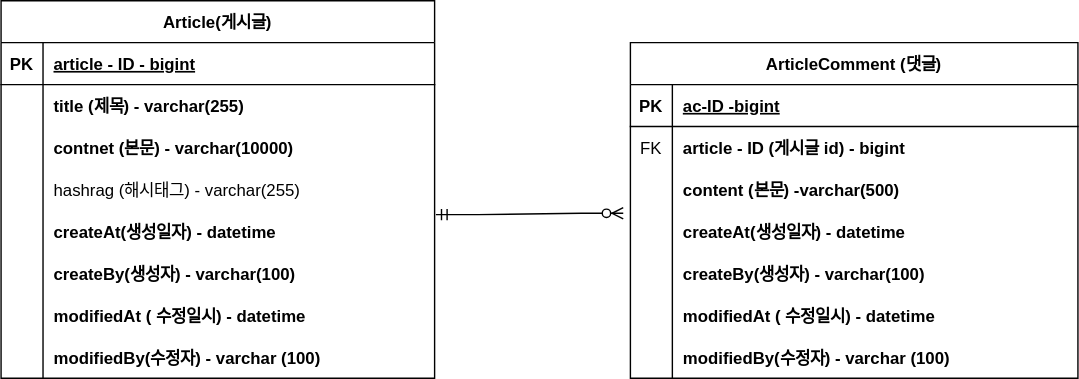
This is document/ERD.svg from dlwnsghks123/project-board, a draw.io export, as it was before one commit. Source tidied: cells renumbered, new cells last; positions are measured from the earlier drawing's top-left corner, leaving out a move shared by most shapes.
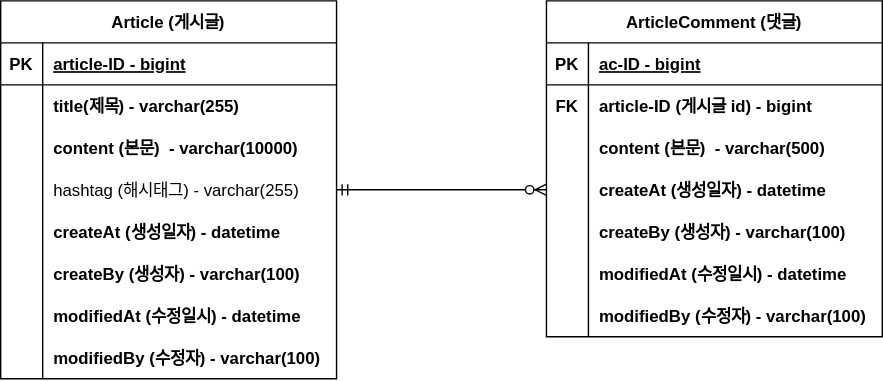
The same file after the commit.

What changed in the source:
```diff
@@ -2,149 +2,149 @@
   <root>
     <mxCell id="0" />
     <mxCell id="1" parent="0" />
-    <mxCell id="2" value="Article(게시글)" style="shape=table;startSize=30;rowLines=0;fontStyle=1;align=center;" parent="1" vertex="1">
-      <mxGeometry width="310" height="270" as="geometry" />
-    </mxCell>
-    <mxCell id="3" style="shape=tableRow;horizontal=0;startSize=0;swimlaneHead=0;swimlaneBody=0;fillColor=none;top=0;left=0;right=0;bottom=1;" parent="2" vertex="1">
-      <mxGeometry y="30" width="310" height="30" as="geometry" />
-    </mxCell>
-    <mxCell id="4" value="PK" style="shape=partialRectangle;fillColor=none;top=0;left=0;bottom=0;right=0;fontStyle=1;overflow=hidden;" parent="3" vertex="1">
-      <mxGeometry width="30" height="30" as="geometry" />
-    </mxCell>
-    <mxCell id="5" value="article - ID - bigint" style="shape=partialRectangle;fillColor=none;top=0;left=0;bottom=0;right=0;align=left;spacingLeft=6;fontStyle=5;overflow=hidden;" parent="3" vertex="1">
-      <mxGeometry x="30" width="280" height="30" as="geometry" />
-    </mxCell>
-    <mxCell id="6" style="shape=tableRow;horizontal=0;startSize=0;swimlaneHead=0;swimlaneBody=0;fillColor=none;top=0;left=0;right=0;bottom=0;" parent="2" vertex="1">
-      <mxGeometry y="60" width="310" height="30" as="geometry" />
-    </mxCell>
-    <mxCell id="7" style="shape=partialRectangle;fillColor=none;top=0;left=0;bottom=0;right=0;overflow=hidden;" parent="6" vertex="1">
-      <mxGeometry width="30" height="30" as="geometry" />
-    </mxCell>
-    <mxCell id="8" value="title (제목) - varchar(255)" style="shape=partialRectangle;fillColor=none;top=0;left=0;bottom=0;right=0;align=left;spacingLeft=6;overflow=hidden;fontStyle=1;" parent="6" vertex="1">
-      <mxGeometry x="30" width="280" height="30" as="geometry" />
-    </mxCell>
-    <mxCell id="9" style="shape=tableRow;horizontal=0;startSize=0;swimlaneHead=0;swimlaneBody=0;fillColor=none;top=0;left=0;right=0;bottom=0;" parent="2" vertex="1">
-      <mxGeometry y="90" width="310" height="30" as="geometry" />
-    </mxCell>
-    <mxCell id="10" style="shape=partialRectangle;fillColor=none;top=0;left=0;bottom=0;right=0;overflow=hidden;" parent="9" vertex="1">
-      <mxGeometry width="30" height="30" as="geometry" />
-    </mxCell>
-    <mxCell id="11" value="contnet (본문) - varchar(10000)" style="shape=partialRectangle;fillColor=none;top=0;left=0;bottom=0;right=0;align=left;spacingLeft=6;overflow=hidden;fontStyle=1;" parent="9" vertex="1">
-      <mxGeometry x="30" width="280" height="30" as="geometry" />
-    </mxCell>
-    <mxCell id="12" style="shape=tableRow;horizontal=0;startSize=0;swimlaneHead=0;swimlaneBody=0;fillColor=none;top=0;left=0;right=0;bottom=0;" parent="2" vertex="1">
-      <mxGeometry y="120" width="310" height="30" as="geometry" />
-    </mxCell>
-    <mxCell id="13" style="shape=partialRectangle;fillColor=none;top=0;left=0;bottom=0;right=0;overflow=hidden;" parent="12" vertex="1">
-      <mxGeometry width="30" height="30" as="geometry" />
-    </mxCell>
-    <mxCell id="14" value="hashrag (해시태그) - varchar(255)" style="shape=partialRectangle;fillColor=none;top=0;left=0;bottom=0;right=0;align=left;spacingLeft=6;overflow=hidden;" parent="12" vertex="1">
-      <mxGeometry x="30" width="280" height="30" as="geometry" />
-    </mxCell>
-    <mxCell id="15" style="shape=tableRow;horizontal=0;startSize=0;swimlaneHead=0;swimlaneBody=0;fillColor=none;points=[[0,0.5],[1,0.5]];portConstraint=eastwest;top=0;left=0;right=0;bottom=0;" parent="2" vertex="1">
-      <mxGeometry y="150" width="310" height="30" as="geometry" />
-    </mxCell>
-    <mxCell id="16" style="shape=partialRectangle;fillColor=none;top=0;left=0;bottom=0;right=0;overflow=hidden;" parent="15" vertex="1">
-      <mxGeometry width="30" height="30" as="geometry" />
-    </mxCell>
-    <mxCell id="17" value="createAt(생성일자) - datetime" style="shape=partialRectangle;fillColor=none;top=0;left=0;bottom=0;right=0;align=left;spacingLeft=6;overflow=hidden;fontStyle=1;" parent="15" vertex="1">
-      <mxGeometry x="30" width="280" height="30" as="geometry" />
-    </mxCell>
-    <mxCell id="18" style="shape=tableRow;horizontal=0;startSize=0;swimlaneHead=0;swimlaneBody=0;fillColor=none;top=0;left=0;right=0;bottom=0;" parent="2" vertex="1">
-      <mxGeometry y="180" width="310" height="30" as="geometry" />
-    </mxCell>
-    <mxCell id="19" style="shape=partialRectangle;fillColor=none;top=0;left=0;bottom=0;right=0;overflow=hidden;" parent="18" vertex="1">
-      <mxGeometry width="30" height="30" as="geometry" />
-    </mxCell>
-    <mxCell id="20" value="createBy(생성자) - varchar(100)" style="shape=partialRectangle;fillColor=none;top=0;left=0;bottom=0;right=0;align=left;spacingLeft=6;overflow=hidden;fontStyle=1;" parent="18" vertex="1">
-      <mxGeometry x="30" width="280" height="30" as="geometry" />
-    </mxCell>
-    <mxCell id="21" style="shape=tableRow;horizontal=0;startSize=0;swimlaneHead=0;swimlaneBody=0;fillColor=none;top=0;left=0;right=0;bottom=0;" parent="2" vertex="1">
-      <mxGeometry y="210" width="310" height="30" as="geometry" />
-    </mxCell>
-    <mxCell id="22" style="shape=partialRectangle;fillColor=none;top=0;left=0;bottom=0;right=0;overflow=hidden;" parent="21" vertex="1">
-      <mxGeometry width="30" height="30" as="geometry" />
-    </mxCell>
-    <mxCell id="23" value="modifiedAt ( 수정일시) - datetime" style="shape=partialRectangle;fillColor=none;top=0;left=0;bottom=0;right=0;align=left;spacingLeft=6;overflow=hidden;fontStyle=1;" parent="21" vertex="1">
-      <mxGeometry x="30" width="280" height="30" as="geometry" />
-    </mxCell>
-    <mxCell id="24" style="shape=tableRow;horizontal=0;startSize=0;swimlaneHead=0;swimlaneBody=0;fillColor=none;top=0;left=0;right=0;bottom=0;" parent="2" vertex="1">
-      <mxGeometry y="240" width="310" height="30" as="geometry" />
-    </mxCell>
-    <mxCell id="25" style="shape=partialRectangle;fillColor=none;top=0;left=0;bottom=0;right=0;overflow=hidden;" parent="24" vertex="1">
-      <mxGeometry width="30" height="30" as="geometry" />
-    </mxCell>
-    <mxCell id="26" value="modifiedBy(수정자) - varchar (100)" style="shape=partialRectangle;fillColor=none;top=0;left=0;bottom=0;right=0;align=left;spacingLeft=6;overflow=hidden;fontStyle=1;" parent="24" vertex="1">
-      <mxGeometry x="30" width="280" height="30" as="geometry" />
-    </mxCell>
+    <mxCell id="50" value="Article (게시글)" style="shape=table;startSize=30;rowLines=0;fontStyle=1;align=center;" parent="1" vertex="1">
+      <mxGeometry x="60" y="30" width="240" height="270" as="geometry" />
+    </mxCell>
+    <mxCell id="51" style="shape=tableRow;horizontal=0;startSize=0;swimlaneHead=0;swimlaneBody=0;fillColor=none;top=0;left=0;right=0;bottom=1;" parent="50" vertex="1">
+      <mxGeometry y="30" width="240" height="30" as="geometry" />
+    </mxCell>
+    <mxCell id="52" value="PK" style="shape=partialRectangle;fillColor=none;top=0;left=0;bottom=0;right=0;fontStyle=1;overflow=hidden;" parent="51" vertex="1">
+      <mxGeometry width="30" height="30" as="geometry" />
+    </mxCell>
+    <mxCell id="53" value="article-ID - bigint" style="shape=partialRectangle;fillColor=none;top=0;left=0;bottom=0;right=0;align=left;spacingLeft=6;fontStyle=5;overflow=hidden;" parent="51" vertex="1">
+      <mxGeometry x="30" width="210" height="30" as="geometry" />
+    </mxCell>
+    <mxCell id="54" style="shape=tableRow;horizontal=0;startSize=0;swimlaneHead=0;swimlaneBody=0;fillColor=none;top=0;left=0;right=0;bottom=0;" parent="50" vertex="1">
+      <mxGeometry y="60" width="240" height="30" as="geometry" />
+    </mxCell>
+    <mxCell id="55" style="shape=partialRectangle;fillColor=none;top=0;left=0;bottom=0;right=0;overflow=hidden;" parent="54" vertex="1">
+      <mxGeometry width="30" height="30" as="geometry" />
+    </mxCell>
+    <mxCell id="56" value="title(제목) - varchar(255)" style="shape=partialRectangle;fillColor=none;top=0;left=0;bottom=0;right=0;align=left;spacingLeft=6;overflow=hidden;fontStyle=1;" parent="54" vertex="1">
+      <mxGeometry x="30" width="210" height="30" as="geometry" />
+    </mxCell>
+    <mxCell id="57" style="shape=tableRow;horizontal=0;startSize=0;swimlaneHead=0;swimlaneBody=0;fillColor=none;top=0;left=0;right=0;bottom=0;" parent="50" vertex="1">
+      <mxGeometry y="90" width="240" height="30" as="geometry" />
+    </mxCell>
+    <mxCell id="58" style="shape=partialRectangle;fillColor=none;top=0;left=0;bottom=0;right=0;overflow=hidden;" parent="57" vertex="1">
+      <mxGeometry width="30" height="30" as="geometry" />
+    </mxCell>
+    <mxCell id="59" value="content (본문)  - varchar(10000)" style="shape=partialRectangle;fillColor=none;top=0;left=0;bottom=0;right=0;align=left;spacingLeft=6;overflow=hidden;fontStyle=1;" parent="57" vertex="1">
+      <mxGeometry x="30" width="210" height="30" as="geometry" />
+    </mxCell>
+    <mxCell id="60" style="shape=tableRow;horizontal=0;startSize=0;swimlaneHead=0;swimlaneBody=0;fillColor=none;points=[[0,0.5],[1,0.5]];portConstraint=eastwest;top=0;left=0;right=0;bottom=0;" parent="50" vertex="1">
+      <mxGeometry y="120" width="240" height="30" as="geometry" />
+    </mxCell>
+    <mxCell id="61" style="shape=partialRectangle;fillColor=none;top=0;left=0;bottom=0;right=0;overflow=hidden;" parent="60" vertex="1">
+      <mxGeometry width="30" height="30" as="geometry" />
+    </mxCell>
+    <mxCell id="62" value="hashtag (해시태그) - varchar(255)" style="shape=partialRectangle;fillColor=none;top=0;left=0;bottom=0;right=0;align=left;spacingLeft=6;overflow=hidden;fontStyle=0;" parent="60" vertex="1">
+      <mxGeometry x="30" width="210" height="30" as="geometry" />
+    </mxCell>
+    <mxCell id="63" style="shape=tableRow;horizontal=0;startSize=0;swimlaneHead=0;swimlaneBody=0;fillColor=none;top=0;left=0;right=0;bottom=0;" parent="50" vertex="1">
+      <mxGeometry y="150" width="240" height="30" as="geometry" />
+    </mxCell>
+    <mxCell id="64" style="shape=partialRectangle;fillColor=none;top=0;left=0;bottom=0;right=0;overflow=hidden;" parent="63" vertex="1">
+      <mxGeometry width="30" height="30" as="geometry" />
+    </mxCell>
+    <mxCell id="65" value="createAt (생성일자) - datetime" style="shape=partialRectangle;fillColor=none;top=0;left=0;bottom=0;right=0;align=left;spacingLeft=6;overflow=hidden;fontStyle=1;" parent="63" vertex="1">
+      <mxGeometry x="30" width="210" height="30" as="geometry" />
+    </mxCell>
+    <mxCell id="66" style="shape=tableRow;horizontal=0;startSize=0;swimlaneHead=0;swimlaneBody=0;fillColor=none;top=0;left=0;right=0;bottom=0;" parent="50" vertex="1">
+      <mxGeometry y="180" width="240" height="30" as="geometry" />
+    </mxCell>
+    <mxCell id="67" style="shape=partialRectangle;fillColor=none;top=0;left=0;bottom=0;right=0;overflow=hidden;" parent="66" vertex="1">
+      <mxGeometry width="30" height="30" as="geometry" />
+    </mxCell>
+    <mxCell id="68" value="createBy (생성자) - varchar(100)" style="shape=partialRectangle;fillColor=none;top=0;left=0;bottom=0;right=0;align=left;spacingLeft=6;overflow=hidden;fontStyle=1;" parent="66" vertex="1">
+      <mxGeometry x="30" width="210" height="30" as="geometry" />
+    </mxCell>
+    <mxCell id="69" style="shape=tableRow;horizontal=0;startSize=0;swimlaneHead=0;swimlaneBody=0;fillColor=none;top=0;left=0;right=0;bottom=0;" parent="50" vertex="1">
+      <mxGeometry y="210" width="240" height="30" as="geometry" />
+    </mxCell>
+    <mxCell id="70" style="shape=partialRectangle;fillColor=none;top=0;left=0;bottom=0;right=0;overflow=hidden;" parent="69" vertex="1">
+      <mxGeometry width="30" height="30" as="geometry" />
+    </mxCell>
+    <mxCell id="71" value="modifiedAt (수정일시) - datetime" style="shape=partialRectangle;fillColor=none;top=0;left=0;bottom=0;right=0;align=left;spacingLeft=6;overflow=hidden;fontStyle=1;" parent="69" vertex="1">
+      <mxGeometry x="30" width="210" height="30" as="geometry" />
+    </mxCell>
+    <mxCell id="72" style="shape=tableRow;horizontal=0;startSize=0;swimlaneHead=0;swimlaneBody=0;fillColor=none;top=0;left=0;right=0;bottom=0;" parent="50" vertex="1">
+      <mxGeometry y="240" width="240" height="30" as="geometry" />
+    </mxCell>
+    <mxCell id="73" style="shape=partialRectangle;fillColor=none;top=0;left=0;bottom=0;right=0;overflow=hidden;" parent="72" vertex="1">
+      <mxGeometry width="30" height="30" as="geometry" />
+    </mxCell>
+    <mxCell id="74" value="modifiedBy (수정자) - varchar(100)" style="shape=partialRectangle;fillColor=none;top=0;left=0;bottom=0;right=0;align=left;spacingLeft=6;overflow=hidden;fontStyle=1;" parent="72" vertex="1">
+      <mxGeometry x="30" width="210" height="30" as="geometry" />
+    </mxCell>
     <mxCell id="27" value="ArticleComment (댓글)" style="shape=table;startSize=30;rowLines=0;fontStyle=1;align=center;" parent="1" vertex="1">
-      <mxGeometry x="450" y="30" width="320" height="240" as="geometry" />
+      <mxGeometry x="450" y="30" width="240" height="240" as="geometry" />
     </mxCell>
-    <mxCell id="28" style="shape=tableRow;horizontal=0;startSize=0;swimlaneHead=0;swimlaneBody=0;fillColor=none;top=0;left=0;right=0;bottom=1;" parent="27" vertex="1">
-      <mxGeometry y="30" width="320" height="30" as="geometry" />
-    </mxCell>
-    <mxCell id="29" value="PK" style="shape=partialRectangle;fillColor=none;top=0;left=0;bottom=0;right=0;fontStyle=1;overflow=hidden;" parent="28" vertex="1">
-      <mxGeometry width="30" height="30" as="geometry" />
-    </mxCell>
-    <mxCell id="30" value="ac-ID -bigint" style="shape=partialRectangle;fillColor=none;top=0;left=0;bottom=0;right=0;align=left;spacingLeft=6;fontStyle=5;overflow=hidden;" parent="28" vertex="1">
-      <mxGeometry x="30" width="290" height="30" as="geometry" />
-    </mxCell>
-    <mxCell id="31" style="shape=tableRow;horizontal=0;startSize=0;swimlaneHead=0;swimlaneBody=0;fillColor=none;top=0;left=0;right=0;bottom=0;" parent="27" vertex="1">
-      <mxGeometry y="60" width="320" height="30" as="geometry" />
-    </mxCell>
+    <mxCell id="75" style="shape=tableRow;horizontal=0;startSize=0;swimlaneHead=0;swimlaneBody=0;fillColor=none;top=0;left=0;right=0;bottom=1;" parent="27" vertex="1">
+      <mxGeometry y="30" width="240" height="30" as="geometry" />
+    </mxCell>
+    <mxCell id="76" value="PK" style="shape=partialRectangle;fillColor=none;top=0;left=0;bottom=0;right=0;fontStyle=1;overflow=hidden;" parent="75" vertex="1">
+      <mxGeometry width="30" height="30" as="geometry" />
+    </mxCell>
+    <mxCell id="77" value="ac-ID - bigint" style="shape=partialRectangle;fillColor=none;top=0;left=0;bottom=0;right=0;align=left;spacingLeft=6;fontStyle=5;overflow=hidden;" parent="75" vertex="1">
+      <mxGeometry x="30" width="210" height="30" as="geometry" />
+    </mxCell>
+    <mxCell id="78" style="shape=tableRow;horizontal=0;startSize=0;swimlaneHead=0;swimlaneBody=0;fillColor=none;top=0;left=0;right=0;bottom=0;" parent="27" vertex="1">
+      <mxGeometry y="60" width="240" height="30" as="geometry" />
+    </mxCell>
-    <mxCell id="32" value="FK" style="shape=partialRectangle;fillColor=none;top=0;left=0;bottom=0;right=0;overflow=hidden;" parent="31" vertex="1">
+    <mxCell id="32" value="FK" style="shape=partialRectangle;fillColor=none;top=0;left=0;bottom=0;right=0;overflow=hidden;fontStyle=1;" parent="78" vertex="1">
       <mxGeometry width="30" height="30" as="geometry" />
     </mxCell>
-    <mxCell id="33" value="article - ID (게시글 id) - bigint" style="shape=partialRectangle;fillColor=none;top=0;left=0;bottom=0;right=0;align=left;spacingLeft=6;overflow=hidden;fontStyle=1;" parent="31" vertex="1">
-      <mxGeometry x="30" width="290" height="30" as="geometry" />
-    </mxCell>
-    <mxCell id="34" style="shape=tableRow;horizontal=0;startSize=0;swimlaneHead=0;swimlaneBody=0;fillColor=none;top=0;left=0;right=0;bottom=0;" parent="27" vertex="1">
-      <mxGeometry y="90" width="320" height="30" as="geometry" />
-    </mxCell>
-    <mxCell id="35" style="shape=partialRectangle;fillColor=none;top=0;left=0;bottom=0;right=0;overflow=hidden;" parent="34" vertex="1">
-      <mxGeometry width="30" height="30" as="geometry" />
-    </mxCell>
-    <mxCell id="36" value="content (본문) -varchar(500)" style="shape=partialRectangle;fillColor=none;top=0;left=0;bottom=0;right=0;align=left;spacingLeft=6;overflow=hidden;fontStyle=1;" parent="34" vertex="1">
-      <mxGeometry x="30" width="290" height="30" as="geometry" />
-    </mxCell>
-    <mxCell id="37" style="shape=tableRow;horizontal=0;startSize=0;swimlaneHead=0;swimlaneBody=0;fillColor=none;points=[[0,0.5],[1,0.5]];portConstraint=eastwest;top=0;left=0;right=0;bottom=0;" parent="27" vertex="1">
-      <mxGeometry y="120" width="320" height="30" as="geometry" />
-    </mxCell>
-    <mxCell id="38" style="shape=partialRectangle;fillColor=none;top=0;left=0;bottom=0;right=0;overflow=hidden;" parent="37" vertex="1">
-      <mxGeometry width="30" height="30" as="geometry" />
-    </mxCell>
-    <mxCell id="39" value="createAt(생성일자) - datetime" style="shape=partialRectangle;fillColor=none;top=0;left=0;bottom=0;right=0;align=left;spacingLeft=6;overflow=hidden;fontStyle=1;" parent="37" vertex="1">
-      <mxGeometry x="30" width="290" height="30" as="geometry" />
-    </mxCell>
-    <mxCell id="40" style="shape=tableRow;horizontal=0;startSize=0;swimlaneHead=0;swimlaneBody=0;fillColor=none;top=0;left=0;right=0;bottom=0;" parent="27" vertex="1">
-      <mxGeometry y="150" width="320" height="30" as="geometry" />
-    </mxCell>
-    <mxCell id="41" style="shape=partialRectangle;fillColor=none;top=0;left=0;bottom=0;right=0;overflow=hidden;" parent="40" vertex="1">
-      <mxGeometry width="30" height="30" as="geometry" />
-    </mxCell>
-    <mxCell id="42" value="createBy(생성자) - varchar(100)" style="shape=partialRectangle;fillColor=none;top=0;left=0;bottom=0;right=0;align=left;spacingLeft=6;overflow=hidden;fontStyle=1;" parent="40" vertex="1">
-      <mxGeometry x="30" width="290" height="30" as="geometry" />
-    </mxCell>
-    <mxCell id="43" style="shape=tableRow;horizontal=0;startSize=0;swimlaneHead=0;swimlaneBody=0;fillColor=none;top=0;left=0;right=0;bottom=0;" parent="27" vertex="1">
-      <mxGeometry y="180" width="320" height="30" as="geometry" />
-    </mxCell>
-    <mxCell id="44" style="shape=partialRectangle;fillColor=none;top=0;left=0;bottom=0;right=0;overflow=hidden;" parent="43" vertex="1">
-      <mxGeometry width="30" height="30" as="geometry" />
-    </mxCell>
-    <mxCell id="45" value="modifiedAt ( 수정일시) - datetime" style="shape=partialRectangle;fillColor=none;top=0;left=0;bottom=0;right=0;align=left;spacingLeft=6;overflow=hidden;fontStyle=1;" parent="43" vertex="1">
-      <mxGeometry x="30" width="290" height="30" as="geometry" />
-    </mxCell>
-    <mxCell id="46" style="shape=tableRow;horizontal=0;startSize=0;swimlaneHead=0;swimlaneBody=0;fillColor=none;top=0;left=0;right=0;bottom=0;" parent="27" vertex="1">
-      <mxGeometry y="210" width="320" height="30" as="geometry" />
-    </mxCell>
-    <mxCell id="47" style="shape=partialRectangle;fillColor=none;top=0;left=0;bottom=0;right=0;overflow=hidden;" parent="46" vertex="1">
-      <mxGeometry width="30" height="30" as="geometry" />
-    </mxCell>
-    <mxCell id="48" value="modifiedBy(수정자) - varchar (100)" style="shape=partialRectangle;fillColor=none;top=0;left=0;bottom=0;right=0;align=left;spacingLeft=6;overflow=hidden;fontStyle=1;" parent="46" vertex="1">
-      <mxGeometry x="30" width="290" height="30" as="geometry" />
-    </mxCell>
-    <mxCell id="49" style="edgeStyle=entityRelationEdgeStyle;fontSize=12;html=1;endArrow=ERzeroToMany;startArrow=ERmandOne;rounded=0;exitX=1.003;exitY=0.1;exitDx=0;exitDy=0;exitPerimeter=0;entryX=-0.016;entryY=0.067;entryDx=0;entryDy=0;entryPerimeter=0;" parent="1" edge="1" source="15" target="37">
-      <mxGeometry relative="1" as="geometry" />
-    </mxCell>
+    <mxCell id="79" value="article-ID (게시글 id) - bigint" style="shape=partialRectangle;fillColor=none;top=0;left=0;bottom=0;right=0;align=left;spacingLeft=6;overflow=hidden;fontStyle=1;" parent="78" vertex="1">
+      <mxGeometry x="30" width="210" height="30" as="geometry" />
+    </mxCell>
+    <mxCell id="80" style="shape=tableRow;horizontal=0;startSize=0;swimlaneHead=0;swimlaneBody=0;fillColor=none;top=0;left=0;right=0;bottom=0;" parent="27" vertex="1">
+      <mxGeometry y="90" width="240" height="30" as="geometry" />
+    </mxCell>
+    <mxCell id="81" style="shape=partialRectangle;fillColor=none;top=0;left=0;bottom=0;right=0;overflow=hidden;" parent="80" vertex="1">
+      <mxGeometry width="30" height="30" as="geometry" />
+    </mxCell>
+    <mxCell id="82" value="content (본문)  - varchar(500)" style="shape=partialRectangle;fillColor=none;top=0;left=0;bottom=0;right=0;align=left;spacingLeft=6;overflow=hidden;fontStyle=1;" parent="80" vertex="1">
+      <mxGeometry x="30" width="210" height="30" as="geometry" />
+    </mxCell>
+    <mxCell id="83" style="shape=tableRow;horizontal=0;startSize=0;swimlaneHead=0;swimlaneBody=0;fillColor=none;points=[[0,0.5],[1,0.5]];portConstraint=eastwest;top=0;left=0;right=0;bottom=0;" parent="27" vertex="1">
+      <mxGeometry y="120" width="240" height="30" as="geometry" />
+    </mxCell>
+    <mxCell id="84" style="shape=partialRectangle;fillColor=none;top=0;left=0;bottom=0;right=0;overflow=hidden;" parent="83" vertex="1">
+      <mxGeometry width="30" height="30" as="geometry" />
+    </mxCell>
+    <mxCell id="85" value="createAt (생성일자) - datetime" style="shape=partialRectangle;fillColor=none;top=0;left=0;bottom=0;right=0;align=left;spacingLeft=6;overflow=hidden;fontStyle=1;" parent="83" vertex="1">
+      <mxGeometry x="30" width="210" height="30" as="geometry" />
+    </mxCell>
+    <mxCell id="86" style="shape=tableRow;horizontal=0;startSize=0;swimlaneHead=0;swimlaneBody=0;fillColor=none;top=0;left=0;right=0;bottom=0;" parent="27" vertex="1">
+      <mxGeometry y="150" width="240" height="30" as="geometry" />
+    </mxCell>
+    <mxCell id="87" style="shape=partialRectangle;fillColor=none;top=0;left=0;bottom=0;right=0;overflow=hidden;" parent="86" vertex="1">
+      <mxGeometry width="30" height="30" as="geometry" />
+    </mxCell>
+    <mxCell id="88" value="createBy (생성자) - varchar(100)" style="shape=partialRectangle;fillColor=none;top=0;left=0;bottom=0;right=0;align=left;spacingLeft=6;overflow=hidden;fontStyle=1;" parent="86" vertex="1">
+      <mxGeometry x="30" width="210" height="30" as="geometry" />
+    </mxCell>
+    <mxCell id="89" style="shape=tableRow;horizontal=0;startSize=0;swimlaneHead=0;swimlaneBody=0;fillColor=none;top=0;left=0;right=0;bottom=0;" parent="27" vertex="1">
+      <mxGeometry y="180" width="240" height="30" as="geometry" />
+    </mxCell>
+    <mxCell id="90" style="shape=partialRectangle;fillColor=none;top=0;left=0;bottom=0;right=0;overflow=hidden;" parent="89" vertex="1">
+      <mxGeometry width="30" height="30" as="geometry" />
+    </mxCell>
+    <mxCell id="91" value="modifiedAt (수정일시) - datetime" style="shape=partialRectangle;fillColor=none;top=0;left=0;bottom=0;right=0;align=left;spacingLeft=6;overflow=hidden;fontStyle=1;" parent="89" vertex="1">
+      <mxGeometry x="30" width="210" height="30" as="geometry" />
+    </mxCell>
+    <mxCell id="92" style="shape=tableRow;horizontal=0;startSize=0;swimlaneHead=0;swimlaneBody=0;fillColor=none;top=0;left=0;right=0;bottom=0;" parent="27" vertex="1">
+      <mxGeometry y="210" width="240" height="30" as="geometry" />
+    </mxCell>
+    <mxCell id="93" style="shape=partialRectangle;fillColor=none;top=0;left=0;bottom=0;right=0;overflow=hidden;" parent="92" vertex="1">
+      <mxGeometry width="30" height="30" as="geometry" />
+    </mxCell>
+    <mxCell id="94" value="modifiedBy (수정자) - varchar(100)" style="shape=partialRectangle;fillColor=none;top=0;left=0;bottom=0;right=0;align=left;spacingLeft=6;overflow=hidden;fontStyle=1;" parent="92" vertex="1">
+      <mxGeometry x="30" width="210" height="30" as="geometry" />
+    </mxCell>
+    <mxCell id="95" style="edgeStyle=entityRelationEdgeStyle;fontSize=12;html=1;endArrow=ERzeroToMany;startArrow=ERmandOne;rounded=0;exitX=1;exitY=0.5;exitDx=0;exitDy=0;entryX=0;entryY=0.5;entryDx=0;entryDy=0;" parent="1" edge="1" source="60" target="83">
+      <mxGeometry relative="1" as="geometry" />
+    </mxCell>
   </root>
 </mxGraphModel>
```
